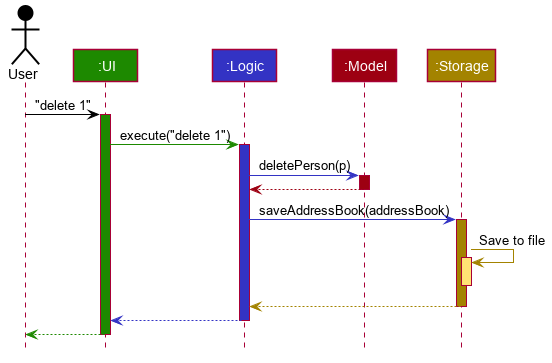
nus-cs2103-AY1920S2/addressbook-level3 keeps this PlantUML diagram as docs/images/ArchitectureSequenceDiagram.png. Above is the earlier version.
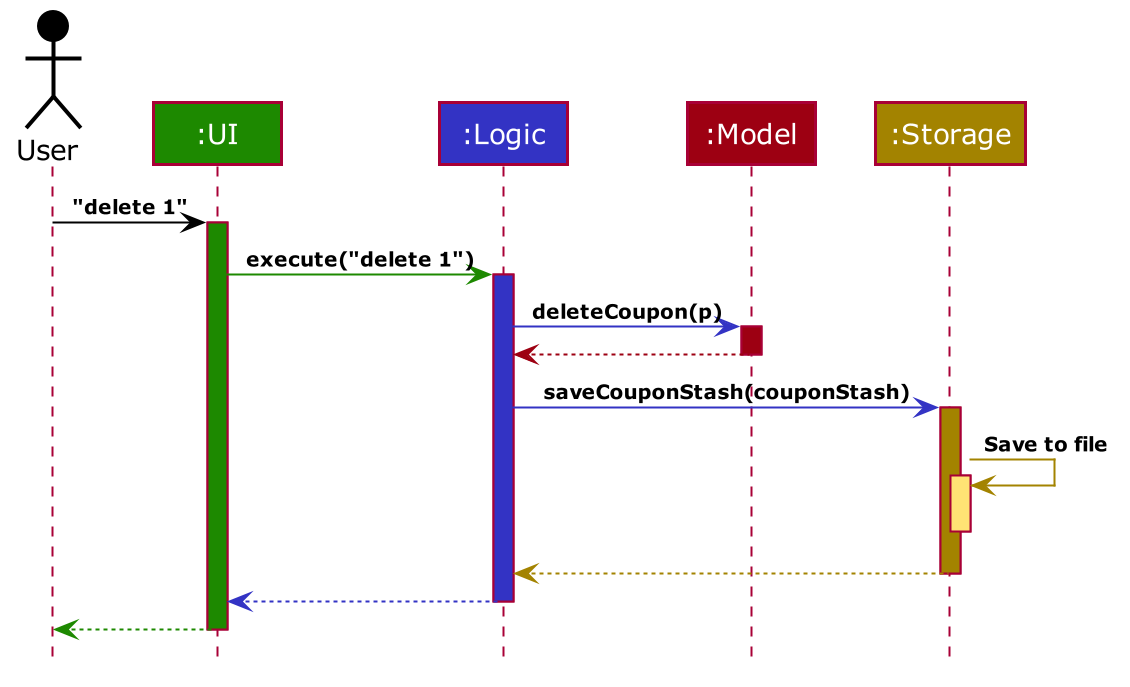
After the commit.

Change to the diagram source:
```diff
@@ -1,4 +1,6 @@
 @startuml
+
+
 
 
 
@@ -16,21 +18,22 @@
     BorderThickness 1
     BorderColor #FFFFFF
     StereotypeFontColor #FFFFFF
-    FontName Arial
+    FontName Verdana
+    AttributeFontColor #FFFFFF
 }
 
 skinparam Actor {
     BorderColor #000000
     Color #000000
-    FontName Arial
+    FontName Verdana
 }
 
 skinparam Sequence {
     MessageAlign center
-    BoxFontSize 15
+    BoxFontSize 12
     BoxPadding 0
     BoxFontColor #FFFFFF
-    FontName Arial
+    FontName Verdana
 }
 
 skinparam Participant {
@@ -38,11 +41,22 @@
     Padding 20
 }
 
+skinparam GenericDisplay zz
+
+skinparam ArrowFontSize 10
+skinparam ArrowFontStyle bold
+
+skinparam NoteBackgroundColor ghostwhite
+skinparam NoteBorderColor #3333C4
+skinparam DefaultFontName Verdana
+
 skinparam MinClassWidth 50
 skinparam ParticipantPadding 10
 skinparam Shadowing false
 skinparam DefaultTextAlignment center
 skinparam packageStyle Rectangle
+skinparam classAttributeIconSize 0
+skinparam genericDisplay old
 
 hide footbox
 hide members
@@ -60,13 +74,13 @@
 ui -[#1D8900]> logic : execute("delete 1")
 activate logic #3333C4
 
-logic -[#3333C4]> model : deletePerson(p)
+logic -[#3333C4]> model : deleteCoupon(p)
 activate model #9D0012
 
 model -[#9D0012]-> logic
 deactivate model
 
-logic -[#3333C4]> storage : saveAddressBook(addressBook)
+logic -[#3333C4]> storage : saveCouponStash(couponStash)
 activate storage #A38300
 
 storage -[#A38300]> storage : Save to file
```
